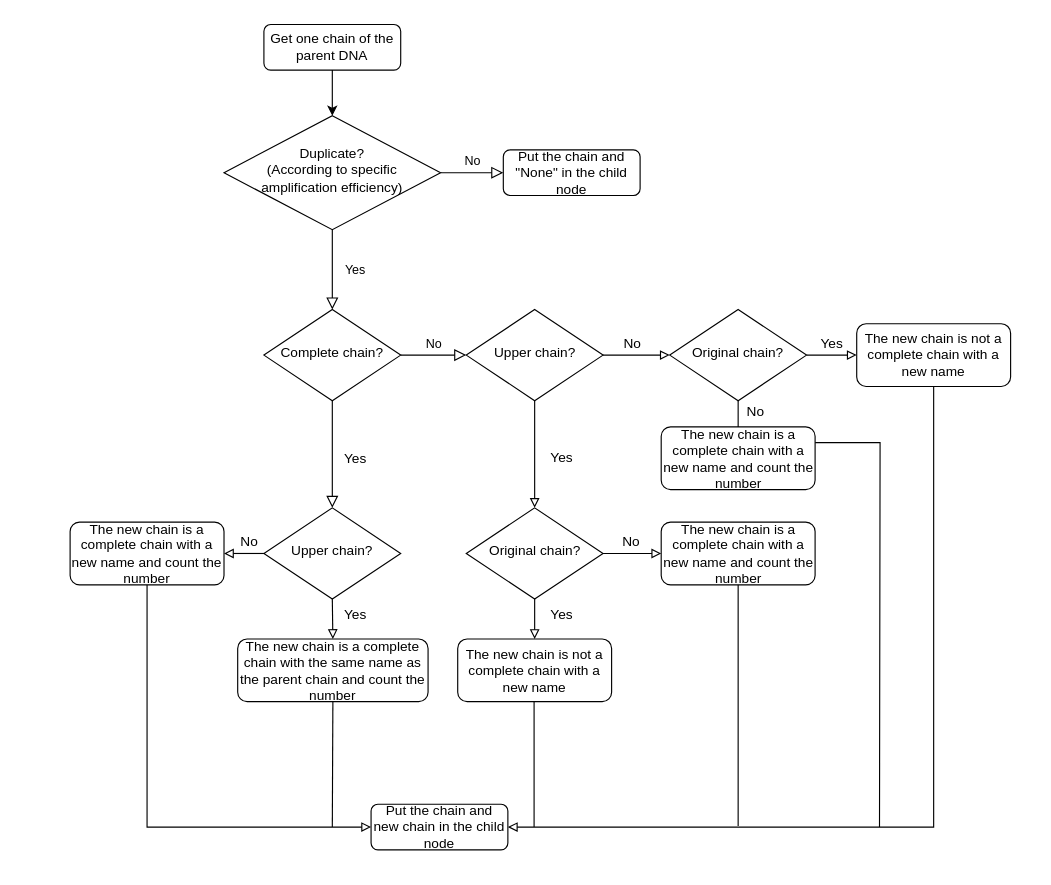
Before: rules.drawio in 16281022/os-lab1, a draw.io diagram. Source tidied: cells renumbered, new cells numbered last; positions are measured from the earlier drawing's top-left corner, leaving out a move shared by most shapes. Both pictures are drawn from the tidied source at 114%, with x=0, y=0 at pixel (70, 24).
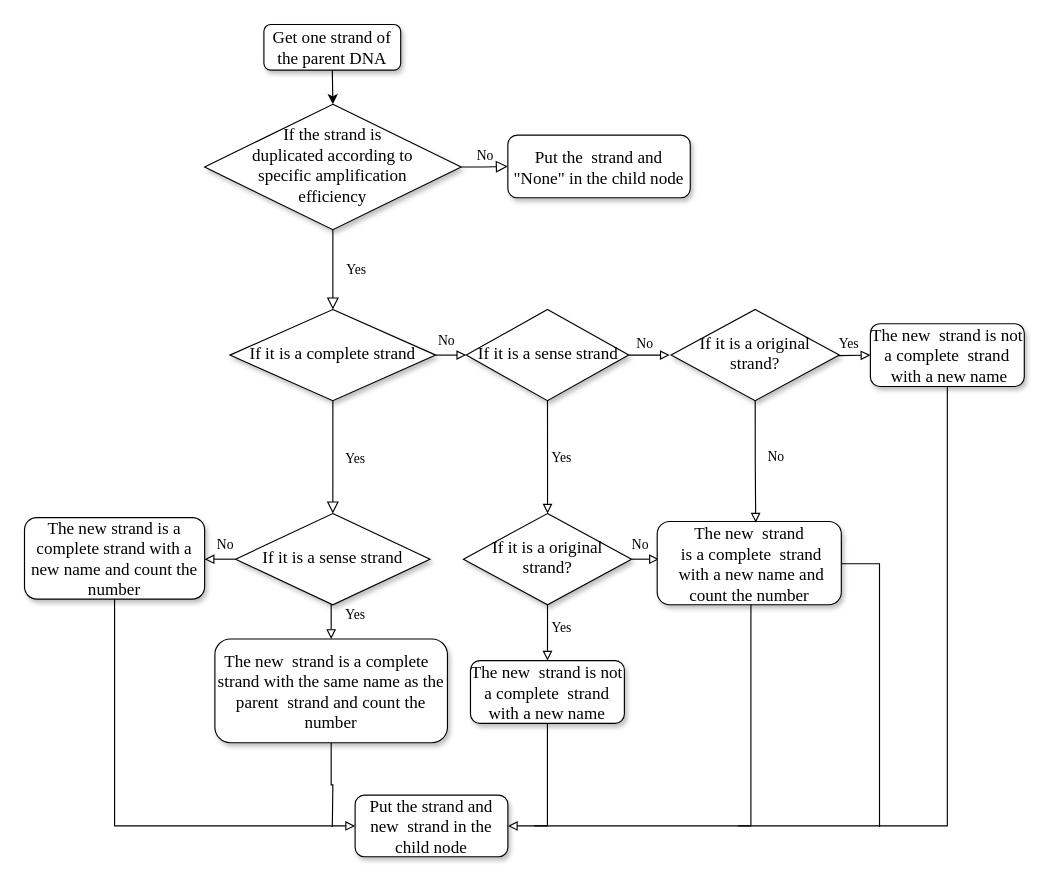
The same page after the edit.

What changed in the source:
```diff
@@
-    <mxCell id="3" value="Get one chain of the parent DNA" style="rounded=1;whiteSpace=wrap;html=1;fontSize=12;glass=0;strokeWidth=1;shadow=0;" parent="1" vertex="1">
+    <mxCell id="3" value="&lt;font style=&quot;font-size: 15px;&quot; face=&quot;Times New Roman&quot;&gt;Get one strand of the parent DNA&lt;/font&gt;" style="rounded=1;whiteSpace=wrap;html=1;fontSize=12;glass=0;strokeWidth=1;shadow=1;" parent="1" vertex="1">
       <mxGeometry x="170" width="120" height="40" as="geometry" />
     </mxCell>
-    <mxCell id="4" value="Yes" style="rounded=0;html=1;jettySize=auto;fontSize=11;endArrow=block;endFill=0;endSize=8;strokeWidth=1;shadow=0;labelBackgroundColor=none;edgeStyle=orthogonalEdgeStyle;" parent="1" edge="1" source="6" target="10">
+    <mxCell id="4" value="Yes" style="rounded=0;html=1;jettySize=auto;fontSize=12;endArrow=block;endFill=0;endSize=8;strokeWidth=1;shadow=0;labelBackgroundColor=none;edgeStyle=orthogonalEdgeStyle;fontFamily=Times New Roman;" parent="1" edge="1" source="6" target="10">
       <mxGeometry y="20" relative="1" as="geometry" />
     </mxCell>
-    <mxCell id="5" value="No" style="edgeStyle=orthogonalEdgeStyle;rounded=0;html=1;jettySize=auto;fontSize=11;endArrow=block;endFill=0;endSize=8;strokeWidth=1;shadow=0;labelBackgroundColor=none;" parent="1" edge="1" source="6" target="7">
+    <mxCell id="5" value="No" style="edgeStyle=orthogonalEdgeStyle;rounded=0;html=1;jettySize=auto;fontSize=12;endArrow=block;endFill=0;endSize=8;strokeWidth=1;shadow=0;labelBackgroundColor=none;fontFamily=Times New Roman;" parent="1" edge="1" source="6" target="7">
       <mxGeometry y="10" relative="1" as="geometry" />
     </mxCell>
-    <mxCell id="6" value="Duplicate?&lt;br&gt;(According to specific amplification efficiency)" style="rhombus;whiteSpace=wrap;html=1;shadow=0;fontFamily=Helvetica;fontSize=12;align=center;strokeWidth=1;spacing=6;spacingTop=-4;" parent="1" vertex="1">
-      <mxGeometry x="135" y="80" width="190" height="100" as="geometry" />
+    <mxCell id="6" value="&lt;font style=&quot;font-size: 15px;&quot; face=&quot;Times New Roman&quot;&gt;If the strand is &lt;br&gt;duplicated according to &lt;br&gt;specific amplification &lt;br&gt;efficiency&lt;/font&gt;" style="rhombus;whiteSpace=wrap;html=1;shadow=1;fontFamily=Helvetica;fontSize=12;align=center;strokeWidth=1;spacing=6;spacingTop=-4;" parent="1" vertex="1">
+      <mxGeometry x="118" y="70" width="225" height="110" as="geometry" />
     </mxCell>
-    <mxCell id="7" value="Put the chain and &quot;None&quot; in the child node" style="rounded=1;whiteSpace=wrap;html=1;fontSize=12;glass=0;strokeWidth=1;shadow=0;" parent="1" vertex="1">
-      <mxGeometry x="380" y="110" width="120" height="40" as="geometry" />
+    <mxCell id="7" value="&lt;font style=&quot;font-size: 15px;&quot; face=&quot;Times New Roman&quot;&gt;&lt;font style=&quot;&quot;&gt;Put the&amp;nbsp;&lt;/font&gt;&amp;nbsp;strand&amp;nbsp;&lt;font style=&quot;&quot;&gt;and &quot;None&quot; in the child node&lt;/font&gt;&lt;/font&gt;" style="rounded=1;whiteSpace=wrap;html=1;fontSize=12;glass=0;strokeWidth=1;shadow=1;" parent="1" vertex="1">
+      <mxGeometry x="384" y="97" width="160" height="55" as="geometry" />
     </mxCell>
-    <mxCell id="8" style="rounded=0;html=1;jettySize=auto;fontSize=11;endArrow=block;endFill=0;endSize=8;strokeWidth=1;shadow=0;labelBackgroundColor=none;edgeStyle=orthogonalEdgeStyle;entryX=0.5;entryY=0;entryDx=0;entryDy=0;" parent="1" edge="1" source="10" target="14">
+    <mxCell id="8" style="rounded=0;html=1;jettySize=auto;fontSize=11;endArrow=block;endFill=0;endSize=8;strokeWidth=1;shadow=0;labelBackgroundColor=none;edgeStyle=orthogonalEdgeStyle;entryX=0.5;entryY=0;entryDx=0;entryDy=0;" parent="1" edge="1" source="10" target="48">
       <mxGeometry x="0.33" y="20" relative="1" as="geometry" />
     </mxCell>
-    <mxCell id="9" value="No" style="edgeStyle=orthogonalEdgeStyle;rounded=0;html=1;jettySize=auto;fontSize=11;endArrow=block;endFill=0;endSize=8;strokeWidth=1;shadow=0;labelBackgroundColor=none;entryX=0;entryY=0.5;entryDx=0;entryDy=0;" parent="1" edge="1" source="10" target="23">
-      <mxGeometry y="10" relative="1" as="geometry" />
-    </mxCell>
+    <mxCell id="45" style="edgeStyle=orthogonalEdgeStyle;rounded=0;jettySize=auto;html=1;exitX=1;exitY=0.5;exitDx=0;exitDy=0;entryX=0;entryY=0.5;entryDx=0;entryDy=0;fontFamily=Times New Roman;fontSize=15;startArrow=none;startFill=0;endArrow=block;endFill=0;" parent="1" edge="1" source="10" target="23">
+      <mxGeometry relative="1" as="geometry" />
+    </mxCell>
-    <mxCell id="10" value="Complete chain?" style="rhombus;whiteSpace=wrap;html=1;shadow=0;fontFamily=Helvetica;fontSize=12;align=center;strokeWidth=1;spacing=6;spacingTop=-4;" parent="1" vertex="1">
-      <mxGeometry x="170" y="250" width="120" height="80" as="geometry" />
+    <mxCell id="10" value="&lt;font style=&quot;font-size: 15px;&quot; face=&quot;Times New Roman&quot;&gt;If it is a complete strand&lt;/font&gt;" style="rhombus;whiteSpace=wrap;html=1;shadow=1;fontFamily=Helvetica;fontSize=12;align=center;strokeWidth=1;spacing=6;spacingTop=-4;" parent="1" vertex="1">
+      <mxGeometry x="140.2" y="250" width="180.5" height="80" as="geometry" />
     </mxCell>
-    <mxCell id="11" value="Yes" style="text;html=1;align=center;verticalAlign=middle;strokeColor=none;fillColor=none;" parent="1" vertex="1">
-      <mxGeometry x="230" y="370.5" width="40" height="20" as="geometry" />
+    <mxCell id="11" value="Yes" style="text;html=1;align=center;verticalAlign=middle;strokeColor=none;fillColor=none;fontFamily=Times New Roman;" parent="1" vertex="1">
+      <mxGeometry x="235" y="370.5" width="30" height="20" as="geometry" />
     </mxCell>
-    <mxCell id="12" style="edgeStyle=orthogonalEdgeStyle;rounded=0;jettySize=auto;html=1;exitX=0.5;exitY=1;exitDx=0;exitDy=0;entryX=0.5;entryY=0;entryDx=0;entryDy=0;endArrow=block;endFill=0;" parent="1" edge="1" source="14" target="16">
-      <mxGeometry relative="1" as="geometry" />
+    <mxCell id="12" style="edgeStyle=orthogonalEdgeStyle;rounded=0;jettySize=auto;html=1;exitX=0.5;exitY=1;exitDx=0;exitDy=0;entryX=0.5;entryY=0;entryDx=0;entryDy=0;endArrow=block;endFill=0;" parent="1" edge="1" target="16">
+      <mxGeometry relative="1" as="geometry">
+        <mxPoint x="230" y="504" as="sourcePoint" />
+      </mxGeometry>
     </mxCell>
-    <mxCell id="13" style="edgeStyle=orthogonalEdgeStyle;rounded=0;jettySize=auto;html=1;exitX=0;exitY=0.5;exitDx=0;exitDy=0;entryX=1;entryY=0.5;entryDx=0;entryDy=0;endArrow=block;endFill=0;" parent="1" edge="1" source="14" target="19">
-      <mxGeometry relative="1" as="geometry" />
-    </mxCell>
-    <mxCell id="14" value="Upper chain?" style="rhombus;whiteSpace=wrap;html=1;shadow=0;fontFamily=Helvetica;fontSize=12;align=center;strokeWidth=1;spacing=6;spacingTop=-4;" parent="1" vertex="1">
-      <mxGeometry x="170" y="424" width="120" height="80" as="geometry" />
-    </mxCell>
@@
-    <mxCell id="16" value="The new chain is a complete chain with the same name as the parent chain and count the number" style="rounded=1;whiteSpace=wrap;html=1;fontSize=12;glass=0;strokeWidth=1;shadow=0;" parent="1" vertex="1">
-      <mxGeometry x="147" y="539" width="167" height="55" as="geometry" />
+    <mxCell id="16" value="&lt;font style=&quot;font-size: 15px;&quot; face=&quot;Times New Roman&quot;&gt;The new&amp;nbsp;&amp;nbsp;strand is a complete&amp;nbsp;&amp;nbsp;&lt;br&gt;strand with the same name as the parent&amp;nbsp;&amp;nbsp;strand and count the number&lt;/font&gt;" style="rounded=1;whiteSpace=wrap;html=1;fontSize=12;glass=0;strokeWidth=1;shadow=1;" parent="1" vertex="1">
+      <mxGeometry x="127" y="539" width="204" height="91" as="geometry" />
     </mxCell>
-    <mxCell id="17" value="Yes" style="text;html=1;align=center;verticalAlign=middle;strokeColor=none;fillColor=none;" parent="1" vertex="1">
-      <mxGeometry x="230" y="508" width="40" height="20" as="geometry" />
+    <mxCell id="17" value="Yes" style="text;html=1;align=center;verticalAlign=middle;strokeColor=none;fillColor=none;fontFamily=Times New Roman;" parent="1" vertex="1">
+      <mxGeometry x="235" y="508" width="30" height="20" as="geometry" />
     </mxCell>
@@
-    <mxCell id="19" value="The new chain is a complete chain with a new name and count the number" style="rounded=1;whiteSpace=wrap;html=1;fontSize=12;glass=0;strokeWidth=1;shadow=0;" parent="1" vertex="1">
-      <mxGeometry y="436.5" width="135" height="55" as="geometry" />
+    <mxCell id="19" value="&lt;font style=&quot;font-size: 15px;&quot; face=&quot;Times New Roman&quot;&gt;The new strand is a complete strand with a new name and count the number&lt;/font&gt;" style="rounded=1;whiteSpace=wrap;html=1;fontSize=12;glass=0;strokeWidth=1;shadow=1;" parent="1" vertex="1">
+      <mxGeometry x="-40" y="432.5" width="158" height="71.5" as="geometry" />
     </mxCell>
-    <mxCell id="20" value="No" style="text;html=1;align=center;verticalAlign=middle;strokeColor=none;fillColor=none;" parent="1" vertex="1">
-      <mxGeometry x="142" y="444" width="30" height="20" as="geometry" />
+    <mxCell id="20" value="No" style="text;html=1;align=center;verticalAlign=middle;strokeColor=none;fillColor=none;fontFamily=Times New Roman;" parent="1" vertex="1">
+      <mxGeometry x="120.5" y="447" width="30" height="20" as="geometry" />
     </mxCell>
@@
-    <mxCell id="22" style="edgeStyle=orthogonalEdgeStyle;rounded=0;jettySize=auto;html=1;exitX=1;exitY=0.5;exitDx=0;exitDy=0;entryX=0;entryY=0.5;entryDx=0;entryDy=0;endArrow=block;endFill=0;" parent="1" edge="1" source="23" target="34">
-      <mxGeometry relative="1" as="geometry" />
+    <mxCell id="22" style="edgeStyle=orthogonalEdgeStyle;rounded=0;jettySize=auto;html=1;exitX=1;exitY=0.5;exitDx=0;exitDy=0;entryX=0;entryY=0.5;entryDx=0;entryDy=0;endArrow=block;endFill=0;" parent="1" edge="1" source="23">
+      <mxGeometry relative="1" as="geometry">
+        <mxPoint x="526" y="290" as="targetPoint" />
+      </mxGeometry>
     </mxCell>
-    <mxCell id="23" value="Upper chain?" style="rhombus;whiteSpace=wrap;html=1;shadow=0;fontFamily=Helvetica;fontSize=12;align=center;strokeWidth=1;spacing=6;spacingTop=-4;" parent="1" vertex="1">
-      <mxGeometry x="347.5" y="250" width="120" height="80" as="geometry" />
+    <mxCell id="23" value="&lt;span style=&quot;font-family: &amp;quot;Times New Roman&amp;quot;; font-size: 15px;&quot;&gt;If it is a sense strand&lt;/span&gt;" style="rhombus;whiteSpace=wrap;html=1;shadow=1;fontFamily=Helvetica;fontSize=12;align=center;strokeWidth=1;spacing=6;spacingTop=-4;" parent="1" vertex="1">
+      <mxGeometry x="347.5" y="250" width="142.5" height="80" as="geometry" />
     </mxCell>
-    <mxCell id="24" style="edgeStyle=orthogonalEdgeStyle;rounded=0;jettySize=auto;html=1;exitX=0.5;exitY=1;exitDx=0;exitDy=0;endArrow=none;endFill=0;" parent="1" edge="1" source="25">
+    <mxCell id="24" style="edgeStyle=orthogonalEdgeStyle;rounded=0;jettySize=auto;html=1;exitX=0.5;exitY=0.945;exitDx=0;exitDy=0;endArrow=none;endFill=0;exitPerimeter=0;" parent="1" edge="1" source="25">
       <mxGeometry relative="1" as="geometry">
-        <mxPoint x="407" y="704" as="targetPoint" />
+        <mxPoint x="407" y="703" as="targetPoint" />
         <Array as="points">
-          <mxPoint x="407" y="704" />
+          <mxPoint x="419" y="703" />
         </Array>
       </mxGeometry>
     </mxCell>
-    <mxCell id="25" value="The new chain is not a complete chain with a new name" style="rounded=1;whiteSpace=wrap;html=1;fontSize=12;glass=0;strokeWidth=1;shadow=0;" parent="1" vertex="1">
-      <mxGeometry x="340" y="539" width="135" height="55" as="geometry" />
+    <mxCell id="25" value="&lt;font style=&quot;font-size: 15px;&quot; face=&quot;Times New Roman&quot;&gt;The new&amp;nbsp;&amp;nbsp;strand&amp;nbsp;is not a complete&amp;nbsp;&amp;nbsp;strand with a new name&lt;/font&gt;" style="rounded=1;whiteSpace=wrap;html=1;fontSize=12;glass=0;strokeWidth=1;shadow=1;" parent="1" vertex="1">
+      <mxGeometry x="351.2" y="558" width="135" height="55" as="geometry" />
     </mxCell>
@@
-    <mxCell id="27" style="edgeStyle=orthogonalEdgeStyle;rounded=0;jettySize=auto;html=1;exitX=1;exitY=0.5;exitDx=0;exitDy=0;endArrow=block;endFill=0;" parent="1" edge="1" source="28" target="31">
-      <mxGeometry relative="1" as="geometry" />
-    </mxCell>
+    <mxCell id="46" style="edgeStyle=orthogonalEdgeStyle;rounded=0;jettySize=auto;html=1;exitX=1;exitY=0.5;exitDx=0;exitDy=0;entryX=0;entryY=0.5;entryDx=0;entryDy=0;fontFamily=Times New Roman;fontSize=15;startArrow=none;startFill=0;endArrow=block;endFill=0;" parent="1" edge="1" source="28">
+      <mxGeometry relative="1" as="geometry">
+        <mxPoint x="516.5" y="469.2" as="targetPoint" />
+      </mxGeometry>
+    </mxCell>
-    <mxCell id="28" value="Original chain?" style="rhombus;whiteSpace=wrap;html=1;shadow=0;fontFamily=Helvetica;fontSize=12;align=center;strokeWidth=1;spacing=6;spacingTop=-4;" parent="1" vertex="1">
-      <mxGeometry x="347.5" y="424" width="120" height="80" as="geometry" />
+    <mxCell id="28" value="&lt;font style=&quot;font-size: 15px;&quot; face=&quot;Times New Roman&quot;&gt;If it is a original strand?&lt;/font&gt;" style="rhombus;whiteSpace=wrap;html=1;shadow=1;fontFamily=Helvetica;fontSize=12;align=center;strokeWidth=1;spacing=6;spacingTop=-4;" parent="1" vertex="1">
+      <mxGeometry x="345" y="429" width="147.5" height="80" as="geometry" />
     </mxCell>
-    <mxCell id="29" value="Yes" style="text;html=1;align=center;verticalAlign=middle;strokeColor=none;fillColor=none;" parent="1" vertex="1">
-      <mxGeometry x="410.5" y="370" width="40" height="20" as="geometry" />
+    <mxCell id="29" value="Yes" style="text;html=1;align=center;verticalAlign=middle;strokeColor=none;fillColor=none;fontFamily=Times New Roman;" parent="1" vertex="1">
+      <mxGeometry x="415.5" y="370" width="30" height="20" as="geometry" />
     </mxCell>
-    <mxCell id="30" style="edgeStyle=orthogonalEdgeStyle;rounded=0;jettySize=auto;html=1;exitX=0.5;exitY=1;exitDx=0;exitDy=0;endArrow=none;endFill=0;" parent="1" edge="1" source="31">
+    <mxCell id="30" style="edgeStyle=orthogonalEdgeStyle;rounded=0;orthogonalLoop=1;jettySize=auto;html=1;exitX=0.5;exitY=1;exitDx=0;exitDy=0;endArrow=none;endFill=0;" parent="1" edge="1">
       <mxGeometry relative="1" as="geometry">
+        <mxPoint x="597.2" y="506" as="sourcePoint" />
         <mxPoint x="586" y="703" as="targetPoint" />
         <Array as="points">
           <mxPoint x="586" y="703" />
         </Array>
       </mxGeometry>
     </mxCell>
-    <mxCell id="31" value="The new chain is a complete chain with a new name and count the number" style="rounded=1;whiteSpace=wrap;html=1;fontSize=12;glass=0;strokeWidth=1;shadow=0;" parent="1" vertex="1">
-      <mxGeometry x="518.5" y="436.5" width="135" height="55" as="geometry" />
-    </mxCell>
-    <mxCell id="32" style="edgeStyle=orthogonalEdgeStyle;rounded=0;jettySize=auto;html=1;exitX=1;exitY=0.5;exitDx=0;exitDy=0;entryX=0;entryY=0.5;entryDx=0;entryDy=0;endArrow=block;endFill=0;" parent="1" edge="1" source="34" target="37">
-      <mxGeometry relative="1" as="geometry" />
+    <mxCell id="32" style="edgeStyle=orthogonalEdgeStyle;rounded=0;jettySize=auto;html=1;exitX=1;exitY=0.5;exitDx=0;exitDy=0;entryX=0;entryY=0.5;entryDx=0;entryDy=0;endArrow=block;endFill=0;" parent="1" edge="1" target="37">
+      <mxGeometry relative="1" as="geometry">
+        <mxPoint x="646" y="290" as="sourcePoint" />
+      </mxGeometry>
     </mxCell>
-    <mxCell id="33" style="edgeStyle=orthogonalEdgeStyle;rounded=0;jettySize=auto;html=1;exitX=0.5;exitY=1;exitDx=0;exitDy=0;entryX=0.5;entryY=0;entryDx=0;entryDy=0;endArrow=none;endFill=0;" parent="1" edge="1" source="34" target="42">
-      <mxGeometry relative="1" as="geometry" />
-    </mxCell>
-    <mxCell id="34" value="Original chain?" style="rhombus;whiteSpace=wrap;html=1;shadow=0;fontFamily=Helvetica;fontSize=12;align=center;strokeWidth=1;spacing=6;spacingTop=-4;" parent="1" vertex="1">
-      <mxGeometry x="526" y="250" width="120" height="80" as="geometry" />
-    </mxCell>
-    <mxCell id="35" value="No" style="text;html=1;align=center;verticalAlign=middle;strokeColor=none;fillColor=none;" parent="1" vertex="1">
-      <mxGeometry x="478" y="270" width="30" height="20" as="geometry" />
+    <mxCell id="35" value="No" style="text;html=1;align=center;verticalAlign=middle;strokeColor=none;fillColor=none;fontFamily=Times New Roman;" parent="1" vertex="1">
+      <mxGeometry x="489" y="270" width="30" height="20" as="geometry" />
     </mxCell>
@@
-    <mxCell id="37" value="The new chain is not a complete chain with a new name" style="rounded=1;whiteSpace=wrap;html=1;fontSize=12;glass=0;strokeWidth=1;shadow=0;" parent="1" vertex="1">
-      <mxGeometry x="690" y="262.5" width="135" height="55" as="geometry" />
+    <mxCell id="37" value="&lt;font style=&quot;font-size: 15px;&quot; face=&quot;Times New Roman&quot;&gt;The new&amp;nbsp;&amp;nbsp;strand is not a complete&amp;nbsp;&amp;nbsp;strand&lt;br&gt;&amp;nbsp;with a new name&lt;/font&gt;" style="rounded=1;whiteSpace=wrap;html=1;fontSize=12;glass=0;strokeWidth=1;shadow=1;" parent="1" vertex="1">
+      <mxGeometry x="702" y="262.5" width="135" height="55" as="geometry" />
     </mxCell>
-    <mxCell id="38" value="Yes" style="text;html=1;align=center;verticalAlign=middle;strokeColor=none;fillColor=none;" parent="1" vertex="1">
-      <mxGeometry x="410.5" y="508" width="40" height="20" as="geometry" />
+    <mxCell id="38" value="Yes" style="text;html=1;align=center;verticalAlign=middle;strokeColor=none;fillColor=none;fontFamily=Times New Roman;" parent="1" vertex="1">
+      <mxGeometry x="415.5" y="519" width="30" height="20" as="geometry" />
     </mxCell>
-    <mxCell id="39" value="No" style="text;html=1;align=center;verticalAlign=middle;strokeColor=none;fillColor=none;" parent="1" vertex="1">
-      <mxGeometry x="477" y="444" width="30" height="20" as="geometry" />
+    <mxCell id="39" value="No" style="text;html=1;align=center;verticalAlign=middle;strokeColor=none;fillColor=none;fontFamily=Times New Roman;" parent="1" vertex="1">
+      <mxGeometry x="485" y="447" width="30" height="20" as="geometry" />
     </mxCell>
-    <mxCell id="40" value="Yes" style="text;html=1;align=center;verticalAlign=middle;strokeColor=none;fillColor=none;" parent="1" vertex="1">
-      <mxGeometry x="648" y="270" width="40" height="20" as="geometry" />
+    <mxCell id="40" value="Yes" style="text;html=1;align=center;verticalAlign=middle;strokeColor=none;fillColor=none;fontFamily=Times New Roman;" parent="1" vertex="1">
+      <mxGeometry x="668" y="270" width="30" height="20" as="geometry" />
     </mxCell>
     <mxCell id="41" style="edgeStyle=orthogonalEdgeStyle;rounded=0;jettySize=auto;html=1;exitX=1;exitY=0.25;exitDx=0;exitDy=0;endArrow=none;endFill=0;" parent="1" edge="1" source="42">
       <mxGeometry relative="1" as="geometry">
         <mxPoint x="710" y="704" as="targetPoint" />
+        <Array as="points">
+          <mxPoint x="677" y="473" />
+          <mxPoint x="710" y="473" />
+        </Array>
       </mxGeometry>
     </mxCell>
-    <mxCell id="42" value="The new chain is a complete chain with a new name and count the number" style="rounded=1;whiteSpace=wrap;html=1;fontSize=12;glass=0;strokeWidth=1;shadow=0;" parent="1" vertex="1">
-      <mxGeometry x="518.5" y="353" width="135" height="55" as="geometry" />
+    <mxCell id="42" value="&lt;font style=&quot;font-size: 15px;&quot; face=&quot;Times New Roman&quot;&gt;The new&amp;nbsp;&amp;nbsp;strand&lt;br&gt;&amp;nbsp;is a complete&amp;nbsp;&amp;nbsp;strand&lt;br&gt;&amp;nbsp;with a new name and count the number&lt;/font&gt;" style="rounded=1;whiteSpace=wrap;html=1;fontSize=12;glass=0;strokeWidth=1;shadow=1;" parent="1" vertex="1">
+      <mxGeometry x="515" y="436" width="161.5" height="73" as="geometry" />
     </mxCell>
-    <mxCell id="43" value="No" style="text;html=1;align=center;verticalAlign=middle;strokeColor=none;fillColor=none;" parent="1" vertex="1">
-      <mxGeometry x="586" y="330" width="30" height="20" as="geometry" />
+    <mxCell id="43" value="No" style="text;html=1;align=center;verticalAlign=middle;strokeColor=none;fillColor=none;fontFamily=Times New Roman;" parent="1" vertex="1">
+      <mxGeometry x="604" y="369" width="30" height="20" as="geometry" />
     </mxCell>
-    <mxCell id="44" value="Put the chain and new chain in the child node" style="rounded=1;whiteSpace=wrap;html=1;fontSize=12;glass=0;strokeWidth=1;shadow=0;" parent="1" vertex="1">
-      <mxGeometry x="264" y="684" width="120" height="40" as="geometry" />
+    <mxCell id="44" value="&lt;font style=&quot;font-size: 15px;&quot; face=&quot;Times New Roman&quot;&gt;Put the strand and new&amp;nbsp;&amp;nbsp;strand in the child node&lt;/font&gt;" style="rounded=1;whiteSpace=wrap;html=1;fontSize=12;glass=0;strokeWidth=1;shadow=1;" parent="1" vertex="1">
+      <mxGeometry x="250" y="676" width="134" height="54" as="geometry" />
     </mxCell>
+    <mxCell id="47" style="edgeStyle=orthogonalEdgeStyle;rounded=0;jettySize=auto;html=1;exitX=0;exitY=0.5;exitDx=0;exitDy=0;entryX=1;entryY=0.5;entryDx=0;entryDy=0;fontFamily=Times New Roman;fontSize=15;startArrow=none;startFill=0;endArrow=block;endFill=0;" parent="1" edge="1" source="48" target="19">
+      <mxGeometry relative="1" as="geometry" />
+    </mxCell>
+    <mxCell id="48" value="&lt;font style=&quot;font-size: 15px;&quot; face=&quot;Times New Roman&quot;&gt;If it is a sense strand&lt;/font&gt;" style="rhombus;whiteSpace=wrap;html=1;shadow=1;fontFamily=Helvetica;fontSize=12;align=center;strokeWidth=1;spacing=6;spacingTop=-4;" parent="1" vertex="1">
+      <mxGeometry x="145.2" y="429" width="170.5" height="80" as="geometry" />
+    </mxCell>
+    <mxCell id="49" style="edgeStyle=orthogonalEdgeStyle;rounded=0;jettySize=auto;html=1;exitX=0.5;exitY=1;exitDx=0;exitDy=0;entryX=0.535;entryY=0.013;entryDx=0;entryDy=0;entryPerimeter=0;fontFamily=Times New Roman;fontSize=15;startArrow=none;startFill=0;endArrow=block;endFill=0;" parent="1" edge="1" source="50" target="42">
+      <mxGeometry relative="1" as="geometry" />
+    </mxCell>
+    <mxCell id="50" value="&lt;font style=&quot;font-size: 15px;&quot; face=&quot;Times New Roman&quot;&gt;If it is a original strand?&lt;/font&gt;" style="rhombus;whiteSpace=wrap;html=1;shadow=1;fontFamily=Helvetica;fontSize=12;align=center;strokeWidth=1;spacing=6;spacingTop=-4;" parent="1" vertex="1">
+      <mxGeometry x="527.2" y="250" width="147.5" height="80" as="geometry" />
+    </mxCell>
+    <mxCell id="9" value="&lt;font style=&quot;font-size: 12px;&quot;&gt;No&lt;/font&gt;" style="text;html=1;align=center;verticalAlign=middle;strokeColor=none;fillColor=none;fontSize=15;fontFamily=Times New Roman;" parent="1" vertex="1">
+      <mxGeometry x="315" y="266" width="30" height="20" as="geometry" />
+    </mxCell>
```
